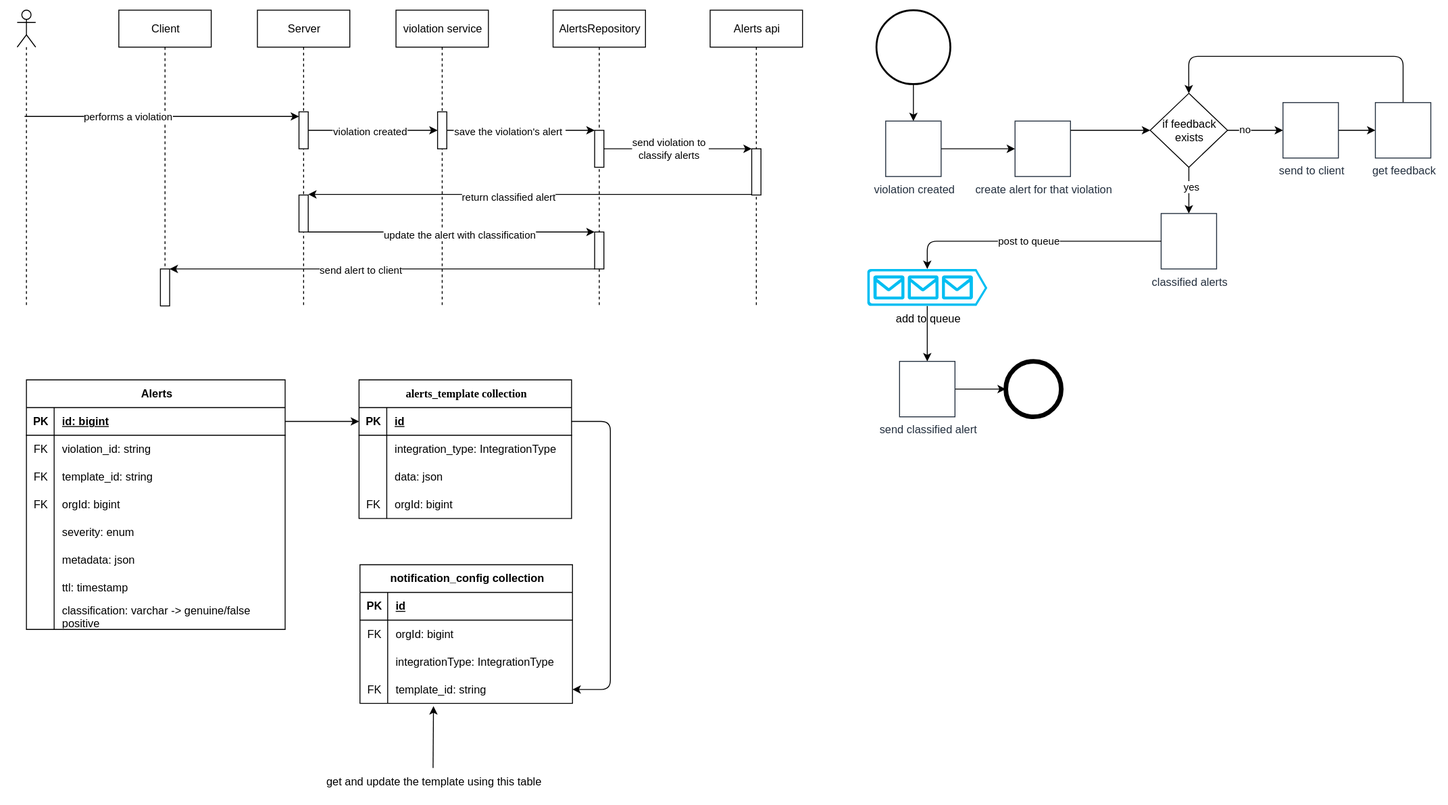
Earlier version of the draw.io export alert system digrams.svg (rishabh-j-23/obsidian-notes). Source tidied: cells renumbered, new cells last; positions are measured from the earlier drawing's top-left corner, leaving out a move shared by most shapes.
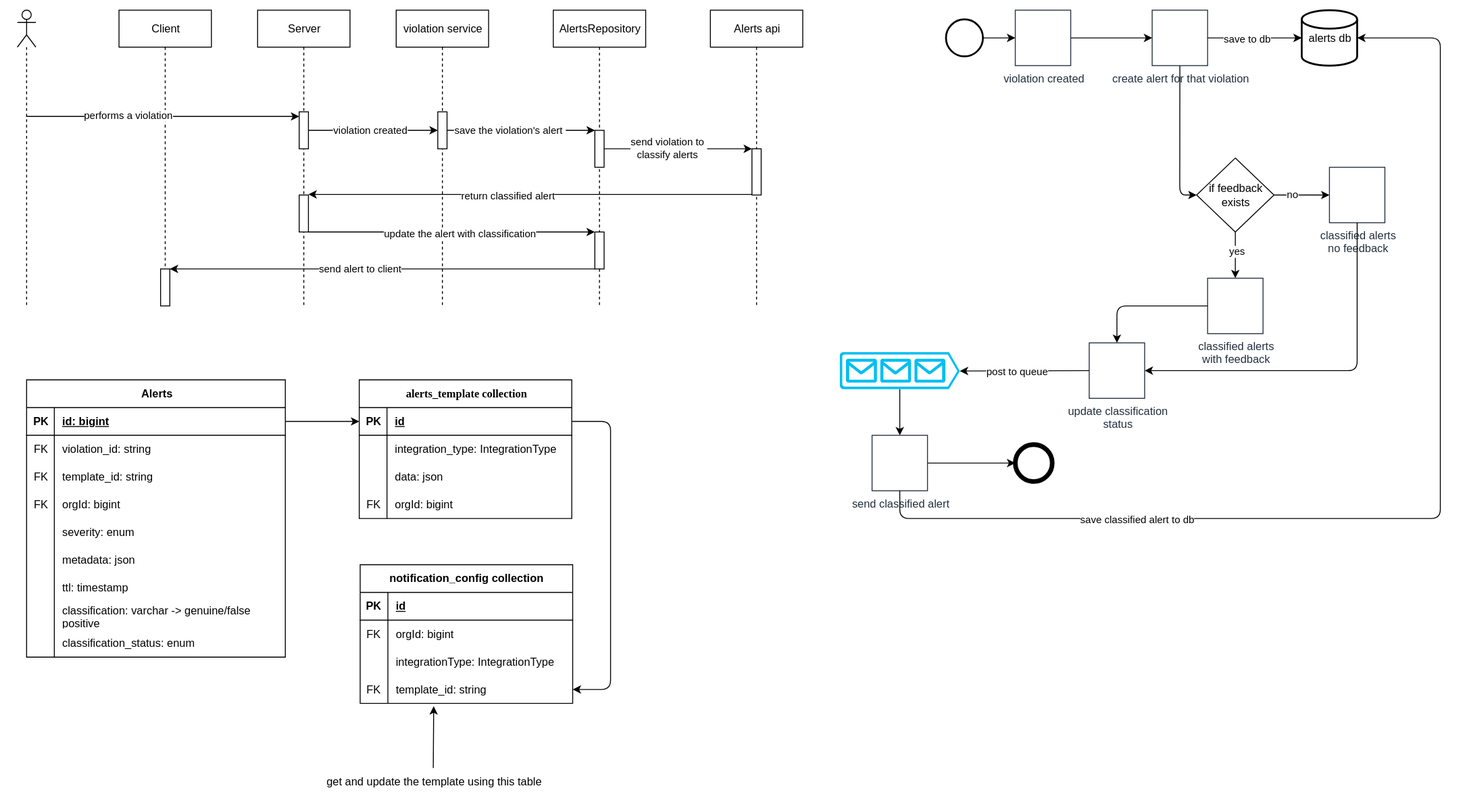
After the commit.

The edit, as a diff of the source:
```diff
@@ -31,7 +31,7 @@
       <mxGeometry x="45" y="240" width="10" height="40" as="geometry" />
     </mxCell>
     <mxCell id="9" value="Alerts" style="shape=table;startSize=30;rowLines=0;fontStyle=1;align=center;html=1;" parent="1" vertex="1">
-      <mxGeometry x="10" y="400" width="280" height="270" as="geometry" />
+      <mxGeometry x="10" y="400" width="280" height="300" as="geometry" />
     </mxCell>
     <mxCell id="10" style="shape=tableRow;horizontal=0;startSize=0;swimlaneHead=0;swimlaneBody=0;fillColor=none;points=[[0,0.5],[1,0.5]];portConstraint=eastwest;top=0;left=0;right=0;bottom=1;" parent="9" vertex="1">
       <mxGeometry y="30" width="280" height="30" as="geometry" />
@@ -105,6 +105,15 @@
     <mxCell id="33" value="classification: varchar -&amp;gt; genuine/false positive" style="shape=partialRectangle;fillColor=none;top=0;left=0;bottom=0;right=0;align=left;spacingLeft=6;overflow=hidden;whiteSpace=wrap;html=1;" parent="31" vertex="1">
       <mxGeometry x="30" width="250" height="30" as="geometry" />
     </mxCell>
+    <mxCell id="107" style="shape=tableRow;horizontal=0;startSize=0;swimlaneHead=0;swimlaneBody=0;fillColor=none;top=0;left=0;right=0;bottom=0;" parent="9" vertex="1">
+      <mxGeometry y="270" width="280" height="30" as="geometry" />
+    </mxCell>
+    <mxCell id="108" style="shape=partialRectangle;fillColor=none;top=0;left=0;bottom=0;right=0;overflow=hidden;whiteSpace=wrap;html=1;" parent="107" vertex="1">
+      <mxGeometry width="30" height="30" as="geometry" />
+    </mxCell>
+    <mxCell id="109" value="classification_status: enum" style="shape=partialRectangle;fillColor=none;top=0;left=0;bottom=0;right=0;align=left;spacingLeft=6;overflow=hidden;whiteSpace=wrap;html=1;" parent="107" vertex="1">
+      <mxGeometry x="30" width="250" height="30" as="geometry" />
+    </mxCell>
     <mxCell id="34" value="&lt;font face=&quot;Fira Code Nerd Font&quot;&gt;alerts_template collection&lt;/font&gt;" style="shape=table;startSize=30;rowLines=0;fontStyle=1;align=center;html=1;" parent="1" vertex="1">
       <mxGeometry x="370" y="400" width="230" height="150" as="geometry" />
     </mxCell>
@@ -271,13 +280,11 @@
     <mxCell id="83" value="performs a violation" style="edgeLabel;html=1;align=center;verticalAlign=middle;" parent="82" vertex="1">
       <mxGeometry x="-0.26" y="1" relative="1" as="geometry" />
     </mxCell>
-    <mxCell id="84" style="edgeStyle=none;html=1;entryX=0.5;entryY=0;entryDx=0;entryDy=0;" parent="1" edge="1" source="85">
-      <mxGeometry relative="1" as="geometry">
-        <mxPoint x="970" y="120" as="targetPoint" />
-      </mxGeometry>
+    <mxCell id="84" style="edgeStyle=none;html=1;" parent="1" edge="1" source="85" target="89">
+      <mxGeometry relative="1" as="geometry" />
     </mxCell>
     <mxCell id="85" style="strokeWidth=2;html=1;shape=mxgraph.flowchart.start_2;whiteSpace=wrap;" parent="1" vertex="1">
-      <mxGeometry x="930" width="80" height="80" as="geometry" />
+      <mxGeometry x="1005" y="10" width="40" height="40" as="geometry" />
     </mxCell>
     <mxCell id="86" style="edgeStyle=none;html=1;exitX=0.5;exitY=1;exitDx=0;exitDy=0;" parent="1" edge="1" source="99" target="92">
       <mxGeometry relative="1" as="geometry" />
@@ -285,75 +292,95 @@
     <mxCell id="87" value="yes" style="edgeLabel;html=1;align=center;verticalAlign=middle;" parent="86" vertex="1">
       <mxGeometry x="-0.16" y="1" relative="1" as="geometry" />
     </mxCell>
-    <mxCell id="88" style="edgeStyle=none;html=1;" parent="1" edge="1" source="89" target="90">
+    <mxCell id="88" style="edgeStyle=none;html=1;entryX=0;entryY=0.5;entryDx=0;entryDy=0;" parent="1" edge="1" source="89" target="90">
       <mxGeometry relative="1" as="geometry" />
     </mxCell>
     <mxCell id="89" value="violation created&lt;br&gt;" style="sketch=0;outlineConnect=0;fontColor=#232F3E;gradientColor=none;strokeColor=#232F3E;fillColor=#ffffff;dashed=0;verticalLabelPosition=bottom;verticalAlign=top;align=center;html=1;fontSize=12;fontStyle=0;shape=mxgraph.aws4.resourceIcon;resIcon=mxgraph.aws4.event_event_based;" parent="1" vertex="1">
-      <mxGeometry x="940" y="120" width="60" height="60" as="geometry" />
+      <mxGeometry x="1080" width="60" height="60" as="geometry" />
     </mxCell>
+    <mxCell id="91" style="edgeStyle=none;html=1;entryX=0;entryY=0.5;entryDx=0;entryDy=0;" parent="1" edge="1" source="90" target="99">
+      <mxGeometry relative="1" as="geometry">
+        <Array as="points">
+          <mxPoint x="1258" y="200" />
+        </Array>
+      </mxGeometry>
+    </mxCell>
     <mxCell id="90" value="create alert for that violation&lt;br&gt;" style="sketch=0;outlineConnect=0;fontColor=#232F3E;gradientColor=none;strokeColor=#232F3E;fillColor=#ffffff;dashed=0;verticalLabelPosition=bottom;verticalAlign=top;align=center;html=1;fontSize=12;fontStyle=0;shape=mxgraph.aws4.resourceIcon;resIcon=mxgraph.aws4.event_event_based;" parent="1" vertex="1">
-      <mxGeometry x="1080" y="120" width="60" height="60" as="geometry" />
+      <mxGeometry x="1228.1" width="60" height="60" as="geometry" />
     </mxCell>
-    <mxCell id="91" style="edgeStyle=none;html=1;entryX=0;entryY=0.5;entryDx=0;entryDy=0;" parent="1" edge="1" source="90" target="99">
-      <mxGeometry relative="1" as="geometry">
-        <Array as="points">
-          <mxPoint x="1140" y="130" />
-        </Array>
-      </mxGeometry>
-    </mxCell>
-    <mxCell id="92" value="classified alerts" style="sketch=0;outlineConnect=0;fontColor=#232F3E;gradientColor=none;strokeColor=#232F3E;fillColor=#ffffff;dashed=0;verticalLabelPosition=bottom;verticalAlign=top;align=center;html=1;fontSize=12;fontStyle=0;shape=mxgraph.aws4.resourceIcon;resIcon=mxgraph.aws4.event_event_based;" parent="1" vertex="1">
-      <mxGeometry x="1238.1" y="220" width="60" height="60" as="geometry" />
+    <mxCell id="92" value="classified alerts&lt;br&gt;with feedback&lt;br&gt;" style="sketch=0;outlineConnect=0;fontColor=#232F3E;gradientColor=none;strokeColor=#232F3E;fillColor=#ffffff;dashed=0;verticalLabelPosition=bottom;verticalAlign=top;align=center;html=1;fontSize=12;fontStyle=0;shape=mxgraph.aws4.resourceIcon;resIcon=mxgraph.aws4.event_event_based;" parent="1" vertex="1">
+      <mxGeometry x="1288.1" y="290" width="60" height="60" as="geometry" />
     </mxCell>
-    <mxCell id="93" style="edgeStyle=none;html=1;" parent="1" edge="1" source="94" target="105">
+    <mxCell id="93" style="edgeStyle=none;html=1;exitX=0.5;exitY=1;exitDx=0;exitDy=0;exitPerimeter=0;" parent="1" edge="1" source="94" target="105">
       <mxGeometry relative="1" as="geometry" />
     </mxCell>
-    <mxCell id="94" value="add to queue" style="verticalLabelPosition=bottom;html=1;verticalAlign=top;align=center;strokeColor=none;fillColor=#00BEF2;shape=mxgraph.azure.queue_generic;" parent="1" vertex="1">
-      <mxGeometry x="920" y="280" width="130" height="40" as="geometry" />
+    <mxCell id="94" style="verticalLabelPosition=bottom;html=1;verticalAlign=top;align=center;strokeColor=none;fillColor=#00BEF2;shape=mxgraph.azure.queue_generic;" parent="1" vertex="1">
+      <mxGeometry x="890" y="370" width="130" height="40" as="geometry" />
     </mxCell>
-    <mxCell id="95" style="edgeStyle=none;html=1;entryX=0.5;entryY=0;entryDx=0;entryDy=0;entryPerimeter=0;" parent="1" edge="1" source="92" target="94">
+    <mxCell id="95" style="edgeStyle=none;html=1;entryX=0.5;entryY=0;entryDx=0;entryDy=0;" parent="1" edge="1" source="92" target="118">
       <mxGeometry relative="1" as="geometry">
         <Array as="points">
-          <mxPoint x="985" y="250" />
+          <mxPoint x="1190" y="320" />
         </Array>
       </mxGeometry>
     </mxCell>
-    <mxCell id="96" value="post to queue" style="edgeLabel;html=1;align=center;verticalAlign=middle;" parent="95" vertex="1">
-      <mxGeometry x="0.03" y="-1" relative="1" as="geometry" />
-    </mxCell>
-    <mxCell id="97" style="edgeStyle=none;html=1;exitX=1;exitY=0.5;exitDx=0;exitDy=0;" parent="1" edge="1" source="99" target="101">
-      <mxGeometry relative="1" as="geometry" />
-    </mxCell>
+    <mxCell id="110" style="edgeStyle=none;html=1;entryX=0;entryY=0.5;entryDx=0;entryDy=0;" parent="1" edge="1" source="99" target="114">
+      <mxGeometry relative="1" as="geometry" />
+    </mxCell>
-    <mxCell id="98" value="no" style="edgeLabel;html=1;align=center;verticalAlign=middle;" parent="97" vertex="1">
-      <mxGeometry x="-0.4" y="2" relative="1" as="geometry" />
+    <mxCell id="98" value="no" style="edgeLabel;html=1;align=center;verticalAlign=middle;" parent="110" vertex="1">
+      <mxGeometry x="-0.37" y="1" relative="1" as="geometry" />
     </mxCell>
     <mxCell id="99" value="if feedback exists" style="rhombus;whiteSpace=wrap;html=1;" parent="1" vertex="1">
-      <mxGeometry x="1226.2" y="90" width="83.8" height="80" as="geometry" />
+      <mxGeometry x="1276.2" y="160" width="83.8" height="80" as="geometry" />
     </mxCell>
-    <mxCell id="100" style="edgeStyle=none;html=1;entryX=0;entryY=0.5;entryDx=0;entryDy=0;" parent="1" edge="1" source="101" target="103">
-      <mxGeometry relative="1" as="geometry" />
-    </mxCell>
-    <mxCell id="101" value="send to client" style="sketch=0;outlineConnect=0;fontColor=#232F3E;gradientColor=none;strokeColor=#232F3E;fillColor=#ffffff;dashed=0;verticalLabelPosition=bottom;verticalAlign=top;align=center;html=1;fontSize=12;fontStyle=0;shape=mxgraph.aws4.resourceIcon;resIcon=mxgraph.aws4.event_event_based;" parent="1" vertex="1">
-      <mxGeometry x="1370" y="100" width="60" height="60" as="geometry" />
-    </mxCell>
-    <mxCell id="102" style="edgeStyle=none;html=1;" parent="1" edge="1" source="103" target="99">
-      <mxGeometry relative="1" as="geometry">
-        <Array as="points">
-          <mxPoint x="1500" y="50" />
-          <mxPoint x="1268" y="50" />
-        </Array>
-      </mxGeometry>
-    </mxCell>
-    <mxCell id="103" value="get feedback&lt;br&gt;" style="sketch=0;outlineConnect=0;fontColor=#232F3E;gradientColor=none;strokeColor=#232F3E;fillColor=#ffffff;dashed=0;verticalLabelPosition=bottom;verticalAlign=top;align=center;html=1;fontSize=12;fontStyle=0;shape=mxgraph.aws4.resourceIcon;resIcon=mxgraph.aws4.event_event_based;" parent="1" vertex="1">
-      <mxGeometry x="1470" y="100" width="60" height="60" as="geometry" />
-    </mxCell>
     <mxCell id="104" style="edgeStyle=none;html=1;entryX=0;entryY=0.5;entryDx=0;entryDy=0;" parent="1" edge="1" source="105" target="106">
       <mxGeometry relative="1" as="geometry" />
     </mxCell>
     <mxCell id="105" value="send classified alert" style="sketch=0;outlineConnect=0;fontColor=#232F3E;gradientColor=none;strokeColor=#232F3E;fillColor=#ffffff;dashed=0;verticalLabelPosition=bottom;verticalAlign=top;align=center;html=1;fontSize=12;fontStyle=0;shape=mxgraph.aws4.resourceIcon;resIcon=mxgraph.aws4.event_event_based;" parent="1" vertex="1">
-      <mxGeometry x="955" y="380" width="60" height="60" as="geometry" />
+      <mxGeometry x="925" y="460" width="60" height="60" as="geometry" />
     </mxCell>
     <mxCell id="106" style="shape=ellipse;html=1;dashed=0;whiteSpace=wrap;strokeWidth=5;perimeter=ellipsePerimeter;" parent="1" vertex="1">
-      <mxGeometry x="1070" y="380" width="60" height="60" as="geometry" />
+      <mxGeometry x="1080" y="470" width="40" height="40" as="geometry" />
     </mxCell>
+    <mxCell id="111" value="alerts db" style="strokeWidth=2;html=1;shape=mxgraph.flowchart.database;whiteSpace=wrap;" parent="1" vertex="1">
+      <mxGeometry x="1390" width="60" height="60" as="geometry" />
+    </mxCell>
+    <mxCell id="112" style="edgeStyle=none;html=1;exitX=1;exitY=0.5;exitDx=0;exitDy=0;entryX=0;entryY=0.5;entryDx=0;entryDy=0;entryPerimeter=0;" parent="1" edge="1" source="90" target="111">
+      <mxGeometry relative="1" as="geometry" />
+    </mxCell>
+    <mxCell id="113" value="save to db" style="edgeLabel;html=1;align=center;verticalAlign=middle;" parent="112" vertex="1">
+      <mxGeometry x="-0.18" y="-1" relative="1" as="geometry" />
+    </mxCell>
+    <mxCell id="114" value="classified alerts&lt;br&gt;no feedback" style="sketch=0;outlineConnect=0;fontColor=#232F3E;gradientColor=none;strokeColor=#232F3E;fillColor=#ffffff;dashed=0;verticalLabelPosition=bottom;verticalAlign=top;align=center;html=1;fontSize=12;fontStyle=0;shape=mxgraph.aws4.resourceIcon;resIcon=mxgraph.aws4.event_event_based;" parent="1" vertex="1">
+      <mxGeometry x="1420" y="170" width="60" height="60" as="geometry" />
+    </mxCell>
+    <mxCell id="115" style="edgeStyle=none;html=1;exitX=0.5;exitY=1;exitDx=0;exitDy=0;entryX=1;entryY=0.5;entryDx=0;entryDy=0;" parent="1" edge="1" source="114" target="118">
+      <mxGeometry relative="1" as="geometry">
+        <Array as="points">
+          <mxPoint x="1450" y="390" />
+        </Array>
+      </mxGeometry>
+    </mxCell>
+    <mxCell id="116" style="edgeStyle=none;html=1;exitX=0.5;exitY=1;exitDx=0;exitDy=0;entryX=1;entryY=0.5;entryDx=0;entryDy=0;entryPerimeter=0;" parent="1" edge="1" source="105" target="111">
+      <mxGeometry relative="1" as="geometry">
+        <Array as="points">
+          <mxPoint x="955" y="550" />
+          <mxPoint x="1540" y="550" />
+          <mxPoint x="1540" y="30" />
+        </Array>
+      </mxGeometry>
+    </mxCell>
+    <mxCell id="117" value="save classified alert to db" style="edgeLabel;html=1;align=center;verticalAlign=middle;" parent="116" vertex="1">
+      <mxGeometry x="-0.53" y="-1" relative="1" as="geometry" />
+    </mxCell>
+    <mxCell id="118" value="update classification&lt;br&gt;status" style="sketch=0;outlineConnect=0;fontColor=#232F3E;gradientColor=none;strokeColor=#232F3E;fillColor=#ffffff;dashed=0;verticalLabelPosition=bottom;verticalAlign=top;align=center;html=1;fontSize=12;fontStyle=0;shape=mxgraph.aws4.resourceIcon;resIcon=mxgraph.aws4.event_event_based;" parent="1" vertex="1">
+      <mxGeometry x="1160" y="360" width="60" height="60" as="geometry" />
+    </mxCell>
+    <mxCell id="119" style="edgeStyle=none;html=1;exitX=0;exitY=0.5;exitDx=0;exitDy=0;entryX=1;entryY=0.51;entryDx=0;entryDy=0;entryPerimeter=0;" parent="1" edge="1" source="118" target="94">
+      <mxGeometry relative="1" as="geometry" />
+    </mxCell>
+    <mxCell id="96" value="post to queue" style="edgeLabel;html=1;align=center;verticalAlign=middle;" parent="119" vertex="1">
+      <mxGeometry x="0.14" relative="1" as="geometry" />
+    </mxCell>
   </root>
 </mxGraphModel>
```
